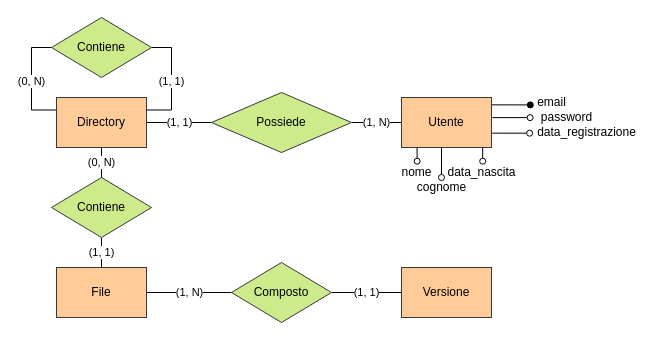
Earlier version of the draw.io diagram page "Scheletro" (2 of 10) of db.drawio (alemazzo/CloudStoreDB). Source tidied: cells renumbered, new cells numbered last; positions are measured from the earlier drawing's top-left corner, leaving out a move shared by most shapes. Both pictures are drawn from the tidied source at 100%, with x=0, y=0 at pixel (51, 17).
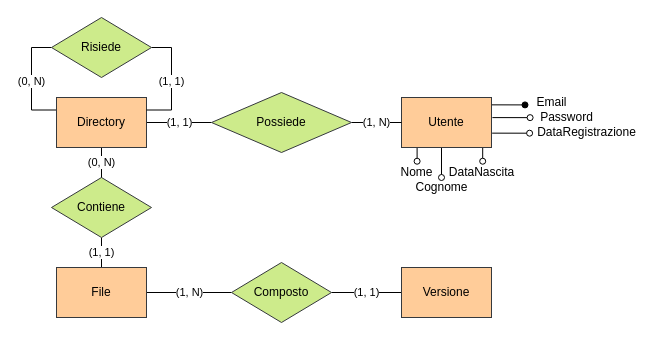
After the change.

The edit, as a diff of the source:
```diff
@@
-    <mxCell id="15" value="Contiene" style="shape=rhombus;perimeter=rhombusPerimeter;whiteSpace=wrap;html=1;align=center;fillColor=#cdeb8b;strokeColor=#36393d;" parent="1" vertex="1">
+    <mxCell id="15" value="Risiede" style="shape=rhombus;perimeter=rhombusPerimeter;whiteSpace=wrap;html=1;align=center;fillColor=#cdeb8b;strokeColor=#36393d;" parent="1" vertex="1">
       <mxGeometry width="100" height="60" as="geometry" />
     </mxCell>
@@
-    <mxCell id="24" value="email" style="text;html=1;align=center;verticalAlign=middle;points=[];strokeColor=none;" parent="1" vertex="1">
-      <mxGeometry x="480" y="75" width="40" height="20" as="geometry" />
+    <mxCell id="24" value="Email" style="text;html=1;align=center;verticalAlign=middle;points=[];strokeColor=none;" parent="1" vertex="1">
+      <mxGeometry x="475" y="75" width="50" height="20" as="geometry" />
     </mxCell>
-    <mxCell id="25" value="password" style="text;html=1;align=center;verticalAlign=middle;points=[];strokeColor=none;" parent="1" vertex="1">
+    <mxCell id="25" value="Password" style="text;html=1;align=center;verticalAlign=middle;points=[];strokeColor=none;" parent="1" vertex="1">
       <mxGeometry x="480" y="90" width="70" height="20" as="geometry" />
     </mxCell>
-    <mxCell id="26" value="data_registrazione" style="text;html=1;align=center;verticalAlign=middle;points=[];strokeColor=none;" parent="1" vertex="1">
+    <mxCell id="26" value="DataRegistrazione" style="text;html=1;align=center;verticalAlign=middle;points=[];strokeColor=none;" parent="1" vertex="1">
       <mxGeometry x="480" y="105" width="110" height="20" as="geometry" />
     </mxCell>
-    <mxCell id="27" value="nome" style="text;html=1;align=center;verticalAlign=middle;points=[];strokeColor=none;" parent="1" vertex="1">
+    <mxCell id="27" value="Nome" style="text;html=1;align=center;verticalAlign=middle;points=[];strokeColor=none;" parent="1" vertex="1">
       <mxGeometry x="340" y="145" width="50" height="20" as="geometry" />
     </mxCell>
-    <mxCell id="28" value="cognome" style="text;html=1;align=center;verticalAlign=middle;points=[];strokeColor=none;" parent="1" vertex="1">
-      <mxGeometry x="360" y="160" width="60" height="20" as="geometry" />
+    <mxCell id="28" value="Cognome" style="text;html=1;align=center;verticalAlign=middle;points=[];strokeColor=none;" parent="1" vertex="1">
+      <mxGeometry x="355" y="160" width="70" height="20" as="geometry" />
     </mxCell>
-    <mxCell id="29" value="data_nascita" style="text;html=1;align=center;verticalAlign=middle;points=[];strokeColor=none;" parent="1" vertex="1">
+    <mxCell id="29" value="DataNascita" style="text;html=1;align=center;verticalAlign=middle;points=[];strokeColor=none;" parent="1" vertex="1">
       <mxGeometry x="390" y="145" width="80" height="20" as="geometry" />
     </mxCell>
```
